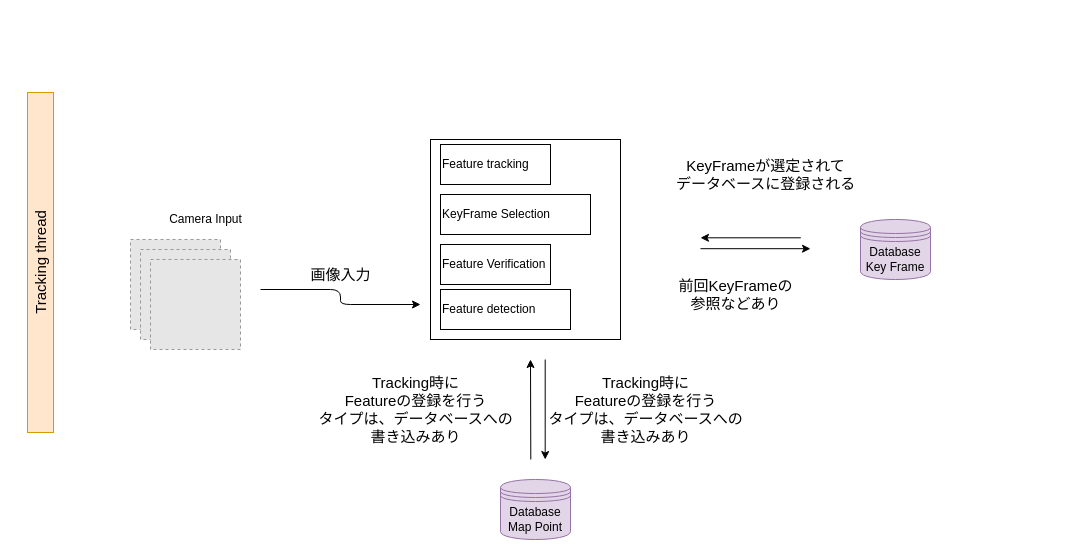
Above: page "Proposed-Frontend" (2 of 2) of docs/VSLAM-Fontend.drawio in eryeden/vi-slam (draw.io), before the change. Source tidied: cells renumbered, new cells numbered last; positions are measured from the earlier drawing's top-left corner, leaving out a move shared by most shapes. Both pictures are drawn from the tidied source at 100%, with x=0, y=0 at pixel (-130, 139). Pictures stored in the file or linked from it are replaced by grey dashed boxes.
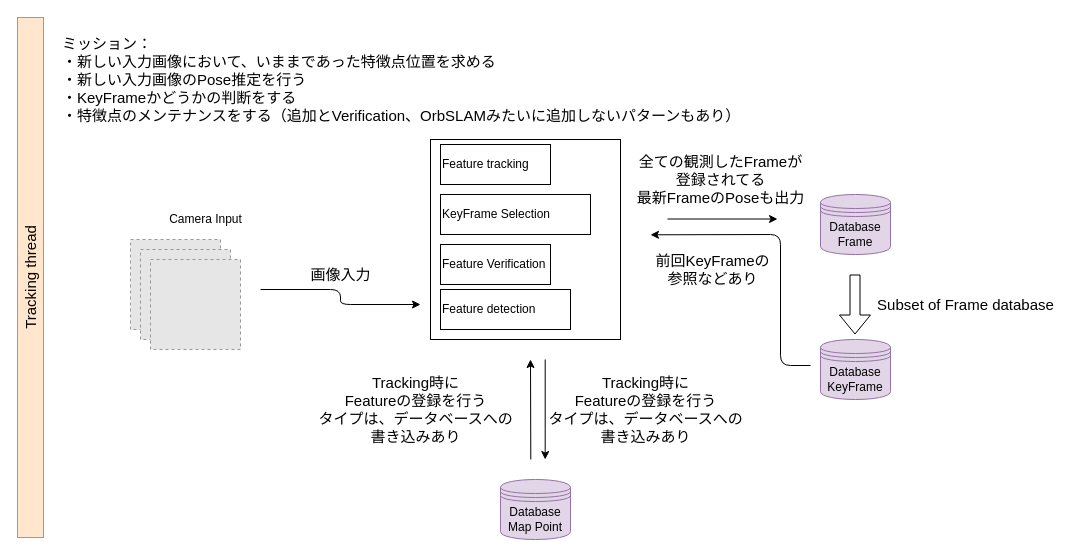
The same diagram, later.

Diff of the diagram source:
```diff
@@
     <mxCell id="7" value="Tracking thread" style="rounded=0;whiteSpace=wrap;html=1;align=center;rotation=-90;fillColor=#ffe6cc;strokeColor=#d79b00;fontSize=15;" parent="1" vertex="1">
-      <mxGeometry y="110" width="340" height="26" as="geometry" />
+      <mxGeometry x="-100" y="125" width="520" height="26" as="geometry" />
     </mxCell>
@@
-    <mxCell id="9" value="Database&lt;br&gt;Key Frame" style="shape=datastore;whiteSpace=wrap;html=1;fillColor=#e1d5e7;strokeColor=#9673a6;" parent="1" vertex="1">
-      <mxGeometry x="990" y="80" width="70" height="60" as="geometry" />
-    </mxCell>
@@
-    <mxCell id="16" style="endArrow=classic;html=1;fontSize=15;" parent="1" edge="1">
-      <mxGeometry relative="1" as="geometry">
-        <mxPoint x="830" y="109.2" as="sourcePoint" />
-        <mxPoint x="940" y="109.2" as="targetPoint" />
-      </mxGeometry>
-    </mxCell>
@@
-    <mxCell id="19" value="KeyFrameが選定されて&lt;br&gt;データベースに登録される" style="text;html=1;align=center;verticalAlign=middle;fontSize=15;" parent="1" vertex="1">
-      <mxGeometry x="800" y="15" width="190" height="40" as="geometry" />
-    </mxCell>
-    <mxCell id="20" style="endArrow=classic;html=1;fontSize=15;" parent="1" edge="1">
-      <mxGeometry relative="1" as="geometry">
-        <mxPoint x="930.3" y="98.3" as="sourcePoint" />
-        <mxPoint x="830" y="98.3" as="targetPoint" />
-      </mxGeometry>
-    </mxCell>
-    <mxCell id="21" value="前回KeyFrameの&lt;br&gt;参照などあり" style="text;html=1;align=center;verticalAlign=middle;fontSize=15;" parent="1" vertex="1">
-      <mxGeometry x="800" y="135" width="130" height="40" as="geometry" />
-    </mxCell>
@@
+    <mxCell id="24" value="ミッション：&lt;br&gt;・新しい入力画像において、いままであった特徴点位置を求める&lt;br&gt;・新しい入力画像のPose推定を行う&lt;br&gt;・KeyFrameかどうかの判断をする&lt;br&gt;・特徴点のメンテナンスをする（追加とVerification、OrbSLAMみたいに追加しないパターンもあり）" style="text;html=1;align=left;verticalAlign=middle;fontSize=15;" parent="1" vertex="1">
+      <mxGeometry x="190" y="-110" width="690" height="100" as="geometry" />
+    </mxCell>
+    <mxCell id="25" value="Database&lt;br&gt;Frame" style="shape=datastore;whiteSpace=wrap;html=1;fillColor=#e1d5e7;strokeColor=#9673a6;" parent="1" vertex="1">
+      <mxGeometry x="950" y="55" width="70" height="60" as="geometry" />
+    </mxCell>
+    <mxCell id="26" style="endArrow=classic;html=1;fontSize=15;" parent="1" edge="1">
+      <mxGeometry relative="1" as="geometry">
+        <mxPoint x="797" y="79.5" as="sourcePoint" />
+        <mxPoint x="907" y="79.5" as="targetPoint" />
+      </mxGeometry>
+    </mxCell>
+    <mxCell id="27" value="全ての観測したFrameが&lt;br&gt;登録されてる&lt;br&gt;最新FrameのPoseも出力" style="text;html=1;align=center;verticalAlign=middle;fontSize=15;" parent="1" vertex="1">
+      <mxGeometry x="760" y="10" width="180" height="60" as="geometry" />
+    </mxCell>
+    <mxCell id="28" style="endArrow=classic;html=1;fontSize=15;" parent="1" edge="1">
+      <mxGeometry relative="1" as="geometry">
+        <mxPoint x="940" y="226" as="sourcePoint" />
+        <mxPoint x="780" y="95.3" as="targetPoint" />
+        <Array as="points">
+          <mxPoint x="910" y="226" />
+          <mxPoint x="910" y="95" />
+        </Array>
+      </mxGeometry>
+    </mxCell>
+    <mxCell id="21" value="前回KeyFrameの&lt;br&gt;参照などあり" style="text;html=1;align=center;verticalAlign=middle;fontSize=15;" parent="1" vertex="1">
+      <mxGeometry x="777" y="110" width="130" height="40" as="geometry" />
+    </mxCell>
+    <mxCell id="29" value="Database&lt;br&gt;KeyFrame" style="shape=datastore;whiteSpace=wrap;html=1;fillColor=#e1d5e7;strokeColor=#9673a6;" parent="1" vertex="1">
+      <mxGeometry x="950" y="200" width="70" height="60" as="geometry" />
+    </mxCell>
+    <mxCell id="30" style="shape=flexArrow;endArrow=classic;html=1;fontSize=15;" parent="1" edge="1">
+      <mxGeometry relative="1" as="geometry">
+        <mxPoint x="984.5" y="135" as="sourcePoint" />
+        <mxPoint x="984.5" y="195" as="targetPoint" />
+      </mxGeometry>
+    </mxCell>
+    <mxCell id="31" value="Subset of Frame database" style="text;html=1;align=center;verticalAlign=middle;fontSize=15;" parent="1" vertex="1">
+      <mxGeometry x="1000" y="155" width="190" height="20" as="geometry" />
+    </mxCell>
```
